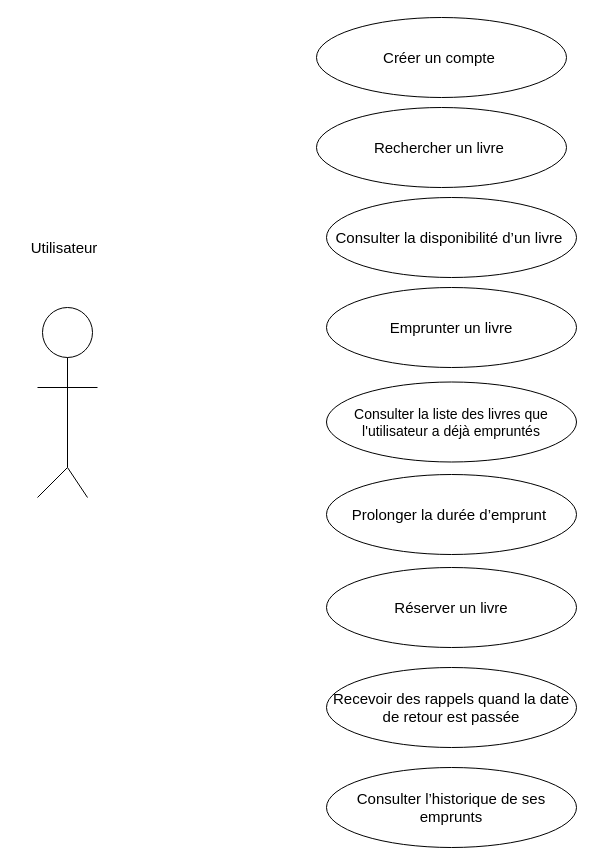
Earlier version of the draw.io diagram page "Use Case Utilisateur" (2 of 3) of diagramme/Diagramme UML Bibliothèque.drawio (JocelyneMuller/Projet-Biblioth-que). Source tidied: cells renumbered, new cells numbered last; positions are measured from the earlier drawing's top-left corner, leaving out a move shared by most shapes. Both pictures are drawn from the tidied source at 100%, with x=0, y=0 at pixel (17, 17).
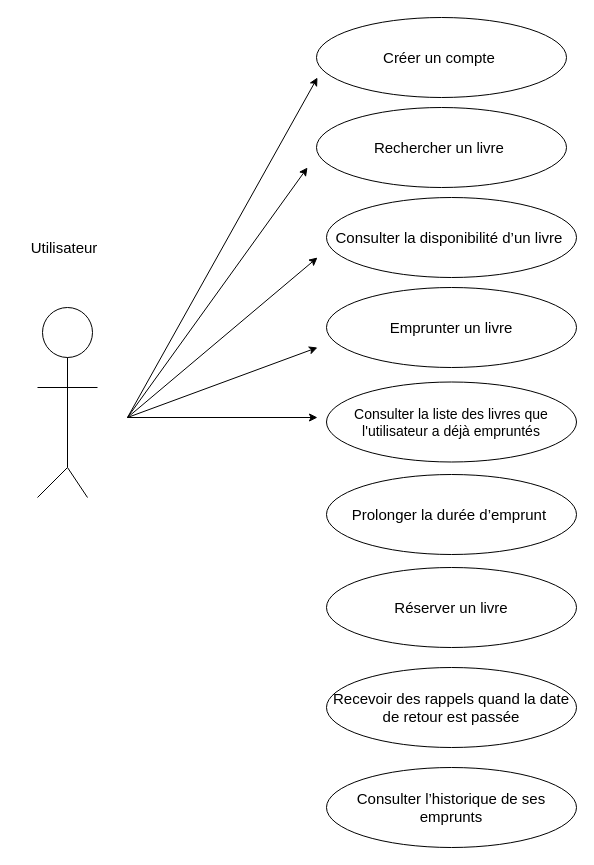
The same diagram, later.

Commit message:
Mettre à jour Diagramme UML Bibliothèque.drawio

Diff of the diagram source:
```diff
@@
+    <mxCell id="21" style="endArrow=classic;html=1;rounded=0;" parent="1" edge="1">
+      <mxGeometry relative="1" as="geometry">
+        <mxPoint x="110" y="400" as="sourcePoint" />
+        <mxPoint x="300" y="60" as="targetPoint" />
+      </mxGeometry>
+    </mxCell>
+    <mxCell id="22" style="endArrow=classic;html=1;rounded=0;" parent="1" edge="1">
+      <mxGeometry relative="1" as="geometry">
+        <mxPoint x="110" y="400" as="sourcePoint" />
+        <mxPoint x="290" y="150" as="targetPoint" />
+      </mxGeometry>
+    </mxCell>
+    <mxCell id="23" style="endArrow=classic;html=1;rounded=0;" parent="1" edge="1">
+      <mxGeometry relative="1" as="geometry">
+        <mxPoint x="110" y="400" as="sourcePoint" />
+        <mxPoint x="300" y="240" as="targetPoint" />
+      </mxGeometry>
+    </mxCell>
+    <mxCell id="24" style="endArrow=classic;html=1;rounded=0;" parent="1" edge="1">
+      <mxGeometry relative="1" as="geometry">
+        <mxPoint x="110" y="400" as="sourcePoint" />
+        <mxPoint x="300" y="330" as="targetPoint" />
+      </mxGeometry>
+    </mxCell>
+    <mxCell id="25" style="endArrow=classic;html=1;rounded=0;" parent="1" edge="1">
+      <mxGeometry relative="1" as="geometry">
+        <mxPoint x="110" y="400" as="sourcePoint" />
+        <mxPoint x="300" y="400" as="targetPoint" />
+      </mxGeometry>
+    </mxCell>
```
